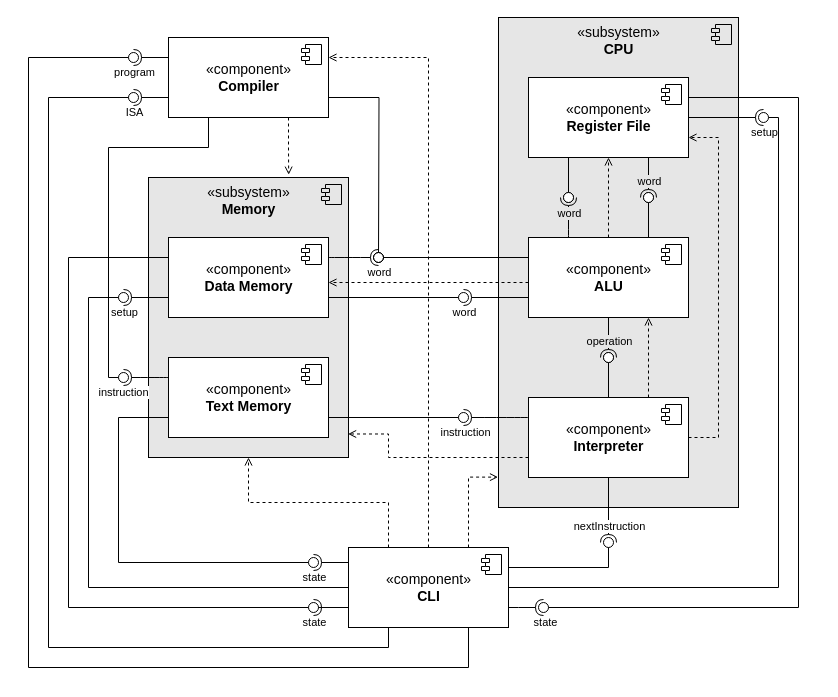
This is report/img/component_diagram.drawio from ldcas-uc3m/TFG, a draw.io file, before an edit. Source tidied: cells renumbered, new cells numbered last; positions are measured from the earlier drawing's top-left corner, leaving out a move shared by most shapes. Both pictures are drawn from the tidied source at 100%, with x=0, y=0 at pixel (28, 17).
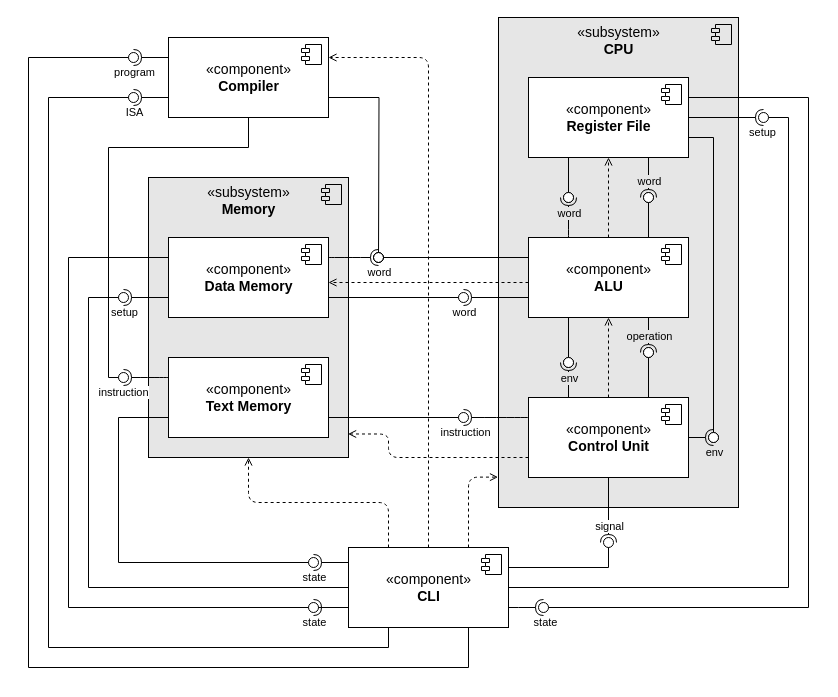
Above is the later version.

Unchanged cells that the change refers to:
```xml
<mxCell id="2" value="«subsystem»&lt;br style=&quot;font-size: 14px;&quot;&gt;&lt;b style=&quot;font-size: 14px;&quot;&gt;Memory&lt;/b&gt;" style="html=1;labelPosition=center;verticalLabelPosition=middle;align=center;verticalAlign=top;fontSize=14;fillColor=#E6E6E6;" parent="1" vertex="1">
  <mxGeometry x="120" y="160" width="200" height="280" as="geometry" />
</mxCell>
<mxCell id="5" value="«subsystem»&lt;br style=&quot;font-size: 14px;&quot;&gt;&lt;b style=&quot;font-size: 14px;&quot;&gt;CPU&lt;/b&gt;" style="html=1;labelPosition=center;verticalLabelPosition=middle;align=center;verticalAlign=top;fontSize=14;fillColor=#E6E6E6;" parent="1" vertex="1">
  <mxGeometry x="470" width="240" height="490" as="geometry" />
</mxCell>
<mxCell id="16" value="«component»&lt;br style=&quot;font-size: 14px;&quot;&gt;&lt;b style=&quot;font-size: 14px;&quot;&gt;ALU&lt;/b&gt;" style="html=1;fontSize=14;" parent="1" vertex="1">
  <mxGeometry x="500" y="220" width="160" height="80" as="geometry" />
</mxCell>
<mxCell id="20" value="«component»&lt;br style=&quot;font-size: 14px;&quot;&gt;&lt;b style=&quot;font-size: 14px;&quot;&gt;Register File&lt;/b&gt;" style="html=1;fontSize=14;" parent="1" vertex="1">
  <mxGeometry x="500" y="60" width="160" height="80" as="geometry" />
</mxCell>
<mxCell id="25" value="«component»&lt;br style=&quot;font-size: 14px;&quot;&gt;&lt;b style=&quot;font-size: 14px;&quot;&gt;CLI&lt;/b&gt;" style="html=1;fontSize=14;" parent="1" vertex="1">
  <mxGeometry x="320" y="530" width="160" height="80" as="geometry" />
</mxCell>
<mxCell id="27" value="«component»&lt;br style=&quot;font-size: 14px;&quot;&gt;&lt;b style=&quot;font-size: 14px;&quot;&gt;Compiler&lt;/b&gt;" style="html=1;fontSize=14;" parent="1" vertex="1">
  <mxGeometry x="140" y="20" width="160" height="80" as="geometry" />
</mxCell>
<mxCell id="41" style="rounded=0;jettySize=auto;html=1;endArrow=halfCircle;endFill=0;endSize=6;strokeWidth=1;sketch=0;exitX=0.5;exitY=1;exitDx=0;exitDy=0;" parent="1" edge="1" source="18" target="44">
  <mxGeometry relative="1" as="geometry" />
</mxCell>
<mxCell id="48" style="ellipse;whiteSpace=wrap;html=1;align=center;fillColor=none;strokeColor=none;perimeter=centerPerimeter;points=[];outlineConnect=1;" parent="1" vertex="1">
  <mxGeometry x="510" y="585" width="10" height="10" as="geometry" />
</mxCell>
<mxCell id="64" style="ellipse;whiteSpace=wrap;html=1;align=center;fillColor=none;strokeColor=none;perimeter=centerPerimeter;points=[];outlineConnect=1;" parent="1" vertex="1">
  <mxGeometry x="90" y="355" width="10" height="10" as="geometry" />
</mxCell>
<mxCell id="93" style="rounded=0;jettySize=auto;html=1;endArrow=halfCircle;endFill=0;endSize=6;strokeWidth=1;sketch=0;exitX=1;exitY=0.5;exitDx=0;exitDy=0;" parent="1" edge="1" source="20" target="96">
  <mxGeometry relative="1" as="geometry" />
</mxCell>
<mxCell id="96" style="ellipse;whiteSpace=wrap;html=1;align=center;fillColor=none;strokeColor=none;perimeter=centerPerimeter;points=[];outlineConnect=1;" parent="1" vertex="1">
  <mxGeometry x="730" y="95" width="10" height="10" as="geometry" />
</mxCell>
```

The edit, as a diff of the source:
```diff
@@
-    <mxCell id="18" value="«component»&lt;br style=&quot;font-size: 14px;&quot;&gt;&lt;b style=&quot;font-size: 14px;&quot;&gt;Interpreter&lt;/b&gt;" style="html=1;fontSize=14;" parent="1" vertex="1">
+    <mxCell id="18" value="«component»&lt;br style=&quot;font-size: 14px;&quot;&gt;&lt;b style=&quot;font-size: 14px;&quot;&gt;Control Unit&lt;/b&gt;" style="html=1;fontSize=14;" parent="1" vertex="1">
       <mxGeometry x="500" y="380" width="160" height="80" as="geometry" />
     </mxCell>
@@
-    <mxCell id="42" value="nextInstruction" style="edgeLabel;html=1;align=center;verticalAlign=bottom;spacing=10;" parent="41" vertex="1">
+    <mxCell id="42" value="signal" style="edgeLabel;html=1;align=center;verticalAlign=bottom;spacing=10;" parent="41" vertex="1">
       <mxGeometry x="0.33" y="-1" relative="1" as="geometry">
         <mxPoint x="1" y="22" as="offset" />
       </mxGeometry>
     </mxCell>
@@
     <mxCell id="47" style="rounded=0;jettySize=auto;html=1;endArrow=oval;endFill=0;sketch=0;sourcePerimeterSpacing=0;targetPerimeterSpacing=0;endSize=10;exitX=1;exitY=0.25;exitDx=0;exitDy=0;edgeStyle=orthogonalEdgeStyle;" parent="1" edge="1" source="20" target="48">
       <mxGeometry relative="1" as="geometry">
         <Array as="points">
-          <mxPoint x="770" y="80" />
-          <mxPoint x="770" y="590" />
+          <mxPoint x="780" y="80" />
+          <mxPoint x="780" y="590" />
         </Array>
       </mxGeometry>
     </mxCell>
@@
-    <mxCell id="63" style="rounded=0;jettySize=auto;html=1;endArrow=oval;endFill=0;sketch=0;sourcePerimeterSpacing=0;targetPerimeterSpacing=0;endSize=10;exitX=0.25;exitY=1;exitDx=0;exitDy=0;edgeStyle=orthogonalEdgeStyle;" parent="1" edge="1" source="27" target="64">
+    <mxCell id="63" style="rounded=0;jettySize=auto;html=1;endArrow=oval;endFill=0;sketch=0;sourcePerimeterSpacing=0;targetPerimeterSpacing=0;endSize=10;exitX=0.5;exitY=1;exitDx=0;exitDy=0;edgeStyle=orthogonalEdgeStyle;" parent="1" edge="1" source="27" target="64">
       <mxGeometry relative="1" as="geometry">
         <Array as="points">
-          <mxPoint x="180" y="130" />
+          <mxPoint x="220" y="130" />
           <mxPoint x="80" y="130" />
           <mxPoint x="80" y="360" />
         </Array>
       </mxGeometry>
     </mxCell>
@@
-    <mxCell id="74" style="rounded=0;jettySize=auto;html=1;endArrow=halfCircle;endFill=0;endSize=6;strokeWidth=1;sketch=0;exitX=0.5;exitY=1;exitDx=0;exitDy=0;" parent="1" edge="1" source="16" target="77">
+    <mxCell id="74" style="rounded=0;jettySize=auto;html=1;endArrow=halfCircle;endFill=0;endSize=6;strokeWidth=1;sketch=0;exitX=0.75;exitY=1;exitDx=0;exitDy=0;" parent="1" edge="1" source="16" target="77">
       <mxGeometry relative="1" as="geometry" />
     </mxCell>
     <mxCell id="75" value="operation" style="edgeLabel;html=1;align=center;verticalAlign=bottom;spacing=10;labelBackgroundColor=#E6E6E6;" parent="74" vertex="1">
       <mxGeometry x="0.07" y="-1" relative="1" as="geometry">
-        <mxPoint x="1" y="19" as="offset" />
+        <mxPoint x="1" y="16" as="offset" />
       </mxGeometry>
     </mxCell>
-    <mxCell id="76" style="rounded=0;jettySize=auto;html=1;endArrow=oval;endFill=0;sketch=0;sourcePerimeterSpacing=0;targetPerimeterSpacing=0;endSize=10;exitX=0.5;exitY=0;exitDx=0;exitDy=0;" parent="1" edge="1" source="18" target="77">
+    <mxCell id="76" style="rounded=0;jettySize=auto;html=1;endArrow=oval;endFill=0;sketch=0;sourcePerimeterSpacing=0;targetPerimeterSpacing=0;endSize=10;exitX=0.75;exitY=0;exitDx=0;exitDy=0;" parent="1" edge="1" source="18" target="77">
       <mxGeometry relative="1" as="geometry" />
     </mxCell>
     <mxCell id="77" style="ellipse;whiteSpace=wrap;html=1;align=center;fillColor=default;strokeColor=default;perimeter=centerPerimeter;points=[];outlineConnect=1;" parent="1" vertex="1">
-      <mxGeometry x="575" y="335" width="10" height="10" as="geometry" />
+      <mxGeometry x="615" y="330" width="10" height="10" as="geometry" />
     </mxCell>
@@
-    <mxCell id="87" style="endArrow=open;html=1;rounded=0;exitX=0.75;exitY=1;exitDx=0;exitDy=0;entryX=0.701;entryY=-0.01;entryDx=0;entryDy=0;dashed=1;edgeStyle=orthogonalEdgeStyle;endFill=0;entryPerimeter=0;" parent="1" edge="1" source="27" target="2">
-      <mxGeometry relative="1" as="geometry" />
-    </mxCell>
-    <mxCell id="88" style="endArrow=open;html=1;rounded=0;exitX=0.75;exitY=0;exitDx=0;exitDy=0;entryX=-0.002;entryY=0.938;entryDx=0;entryDy=0;dashed=1;edgeStyle=orthogonalEdgeStyle;endFill=0;entryPerimeter=0;" parent="1" edge="1" source="25" target="5">
+    <mxCell id="88" style="endArrow=open;html=1;rounded=1;exitX=0.75;exitY=0;exitDx=0;exitDy=0;entryX=-0.002;entryY=0.938;entryDx=0;entryDy=0;dashed=1;edgeStyle=orthogonalEdgeStyle;endFill=0;entryPerimeter=0;curved=0;" parent="1" edge="1" source="25" target="5">
       <mxGeometry relative="1" as="geometry" />
     </mxCell>
-    <mxCell id="89" style="endArrow=open;html=1;rounded=0;exitX=0.25;exitY=0;exitDx=0;exitDy=0;entryX=0.5;entryY=1;entryDx=0;entryDy=0;dashed=1;edgeStyle=orthogonalEdgeStyle;endFill=0;" parent="1" edge="1" source="25" target="2">
+    <mxCell id="89" style="endArrow=open;html=1;rounded=1;exitX=0.25;exitY=0;exitDx=0;exitDy=0;entryX=0.5;entryY=1;entryDx=0;entryDy=0;dashed=1;edgeStyle=orthogonalEdgeStyle;endFill=0;curved=0;" parent="1" edge="1" source="25" target="2">
       <mxGeometry relative="1" as="geometry" />
     </mxCell>
-    <mxCell id="90" style="endArrow=open;html=1;rounded=0;exitX=0;exitY=0.75;exitDx=0;exitDy=0;entryX=0.998;entryY=0.916;entryDx=0;entryDy=0;dashed=1;edgeStyle=orthogonalEdgeStyle;endFill=0;entryPerimeter=0;" parent="1" edge="1" source="18" target="2">
+    <mxCell id="90" style="endArrow=open;html=1;rounded=1;exitX=0;exitY=0.75;exitDx=0;exitDy=0;entryX=0.998;entryY=0.916;entryDx=0;entryDy=0;dashed=1;edgeStyle=orthogonalEdgeStyle;endFill=0;entryPerimeter=0;curved=0;" parent="1" edge="1" source="18" target="2">
       <mxGeometry relative="1" as="geometry">
         <Array as="points">
           <mxPoint x="360" y="440" />
           <mxPoint x="360" y="416" />
         </Array>
       </mxGeometry>
     </mxCell>
-    <mxCell id="91" style="endArrow=open;html=1;rounded=0;dashed=1;edgeStyle=orthogonalEdgeStyle;endFill=0;entryX=1;entryY=0.75;entryDx=0;entryDy=0;exitX=1;exitY=0.5;exitDx=0;exitDy=0;" parent="1" edge="1" source="18" target="20">
-      <mxGeometry relative="1" as="geometry">
-        <Array as="points">
-          <mxPoint x="690" y="420" />
-          <mxPoint x="690" y="120" />
-        </Array>
-      </mxGeometry>
-    </mxCell>
-    <mxCell id="92" style="endArrow=open;html=1;rounded=0;exitX=0.5;exitY=0;exitDx=0;exitDy=0;entryX=1;entryY=0.25;entryDx=0;entryDy=0;dashed=1;edgeStyle=orthogonalEdgeStyle;endFill=0;" parent="1" edge="1" source="25" target="27">
+    <mxCell id="92" style="endArrow=open;html=1;rounded=1;exitX=0.5;exitY=0;exitDx=0;exitDy=0;entryX=1;entryY=0.25;entryDx=0;entryDy=0;dashed=1;edgeStyle=orthogonalEdgeStyle;endFill=0;curved=0;" parent="1" edge="1" source="25" target="27">
       <mxGeometry relative="1" as="geometry">
         <Array as="points">
           <mxPoint x="400" y="40" />
         </Array>
       </mxGeometry>
     </mxCell>
@@
     <mxCell id="94" value="setup" style="edgeLabel;html=1;align=center;verticalAlign=top;spacing=4;" parent="93" vertex="1">
       <mxGeometry x="0.55" relative="1" as="geometry">
-        <mxPoint x="17" as="offset" />
+        <mxPoint x="15" as="offset" />
       </mxGeometry>
     </mxCell>
     <mxCell id="95" style="rounded=0;jettySize=auto;html=1;endArrow=oval;endFill=0;sketch=0;sourcePerimeterSpacing=0;targetPerimeterSpacing=0;endSize=10;edgeStyle=orthogonalEdgeStyle;exitX=1;exitY=0.5;exitDx=0;exitDy=0;" parent="1" edge="1" source="25" target="96">
       <mxGeometry relative="1" as="geometry">
         <Array as="points">
-          <mxPoint x="750" y="570" />
-          <mxPoint x="750" y="100" />
+          <mxPoint x="760" y="570" />
+          <mxPoint x="760" y="100" />
         </Array>
       </mxGeometry>
     </mxCell>
@@
-    <mxCell id="101" style="endArrow=open;html=1;rounded=0;dashed=1;edgeStyle=orthogonalEdgeStyle;endFill=0;entryX=0.75;entryY=1;entryDx=0;entryDy=0;exitX=0.75;exitY=0;exitDx=0;exitDy=0;" parent="1" edge="1" source="18" target="16">
+    <mxCell id="101" style="endArrow=open;html=1;rounded=0;dashed=1;edgeStyle=orthogonalEdgeStyle;endFill=0;entryX=0.5;entryY=1;entryDx=0;entryDy=0;exitX=0.5;exitY=0;exitDx=0;exitDy=0;" parent="1" edge="1" source="18" target="16">
       <mxGeometry relative="1" as="geometry">
         <Array as="points">
-          <mxPoint x="620" y="350" />
-          <mxPoint x="620" y="350" />
+          <mxPoint x="580" y="340" />
+          <mxPoint x="580" y="340" />
         </Array>
       </mxGeometry>
     </mxCell>
+    <mxCell id="102" style="rounded=0;jettySize=auto;html=1;endArrow=halfCircle;endFill=0;endSize=6;strokeWidth=1;sketch=0;exitX=0.25;exitY=0;exitDx=0;exitDy=0;" parent="1" edge="1" source="18" target="105">
+      <mxGeometry relative="1" as="geometry" />
+    </mxCell>
+    <mxCell id="103" value="env" style="edgeLabel;html=1;align=center;verticalAlign=top;spacing=5;labelBackgroundColor=#E6E6E6;" parent="102" vertex="1">
+      <mxGeometry x="0.07" relative="1" as="geometry">
+        <mxPoint y="-16" as="offset" />
+      </mxGeometry>
+    </mxCell>
+    <mxCell id="104" style="rounded=0;jettySize=auto;html=1;endArrow=oval;endFill=0;sketch=0;sourcePerimeterSpacing=0;targetPerimeterSpacing=0;endSize=10;exitX=0.25;exitY=1;exitDx=0;exitDy=0;" parent="1" edge="1" source="16" target="105">
+      <mxGeometry relative="1" as="geometry" />
+    </mxCell>
+    <mxCell id="105" style="ellipse;whiteSpace=wrap;html=1;align=center;fillColor=default;strokeColor=default;perimeter=centerPerimeter;points=[];outlineConnect=1;" parent="1" vertex="1">
+      <mxGeometry x="535" y="340" width="10" height="10" as="geometry" />
+    </mxCell>
+    <mxCell id="106" style="rounded=0;jettySize=auto;html=1;endArrow=halfCircle;endFill=0;endSize=6;strokeWidth=1;sketch=0;exitX=1;exitY=0.5;exitDx=0;exitDy=0;" parent="1" edge="1" source="18" target="109">
+      <mxGeometry relative="1" as="geometry" />
+    </mxCell>
+    <mxCell id="107" value="env" style="edgeLabel;html=1;align=center;verticalAlign=top;spacing=4;labelBackgroundColor=#E6E6E6;" parent="106" vertex="1">
+      <mxGeometry x="-0.16" y="-1" relative="1" as="geometry">
+        <mxPoint x="14" y="-1" as="offset" />
+      </mxGeometry>
+    </mxCell>
+    <mxCell id="108" style="rounded=0;jettySize=auto;html=1;endArrow=oval;endFill=0;sketch=0;sourcePerimeterSpacing=0;targetPerimeterSpacing=0;endSize=10;exitX=1;exitY=0.75;exitDx=0;exitDy=0;edgeStyle=orthogonalEdgeStyle;" parent="1" edge="1" source="20" target="109">
+      <mxGeometry relative="1" as="geometry" />
+    </mxCell>
+    <mxCell id="109" style="ellipse;whiteSpace=wrap;html=1;align=center;fillColor=default;strokeColor=default;perimeter=centerPerimeter;points=[];outlineConnect=1;" parent="1" vertex="1">
+      <mxGeometry x="680" y="415" width="10" height="10" as="geometry" />
+    </mxCell>
```
